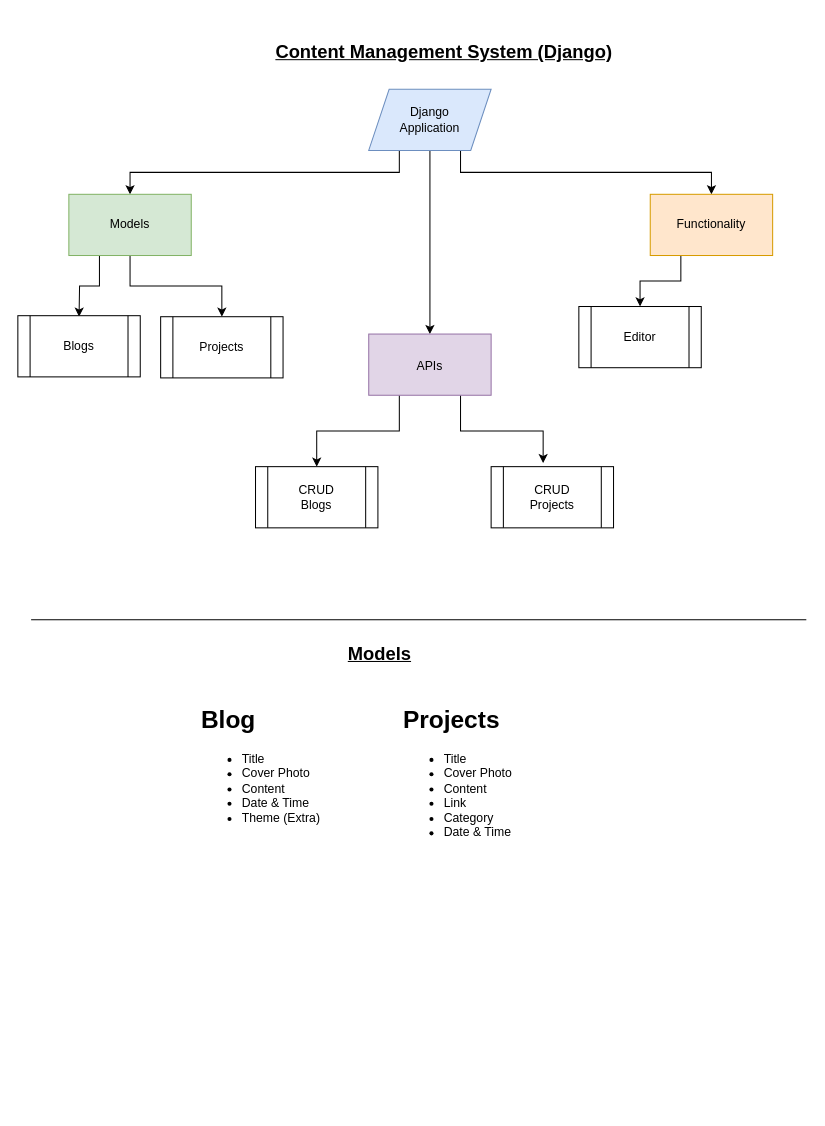
Above: Untitled Diagram.drawio in Sukhvsin2/CMS-Layout (draw.io), before the change. Source tidied: cells renumbered, new cells numbered last; positions are measured from the earlier drawing's top-left corner, leaving out a move shared by most shapes. Both pictures are drawn from the tidied source at 102%, with x=0, y=0 at pixel (17, 17).
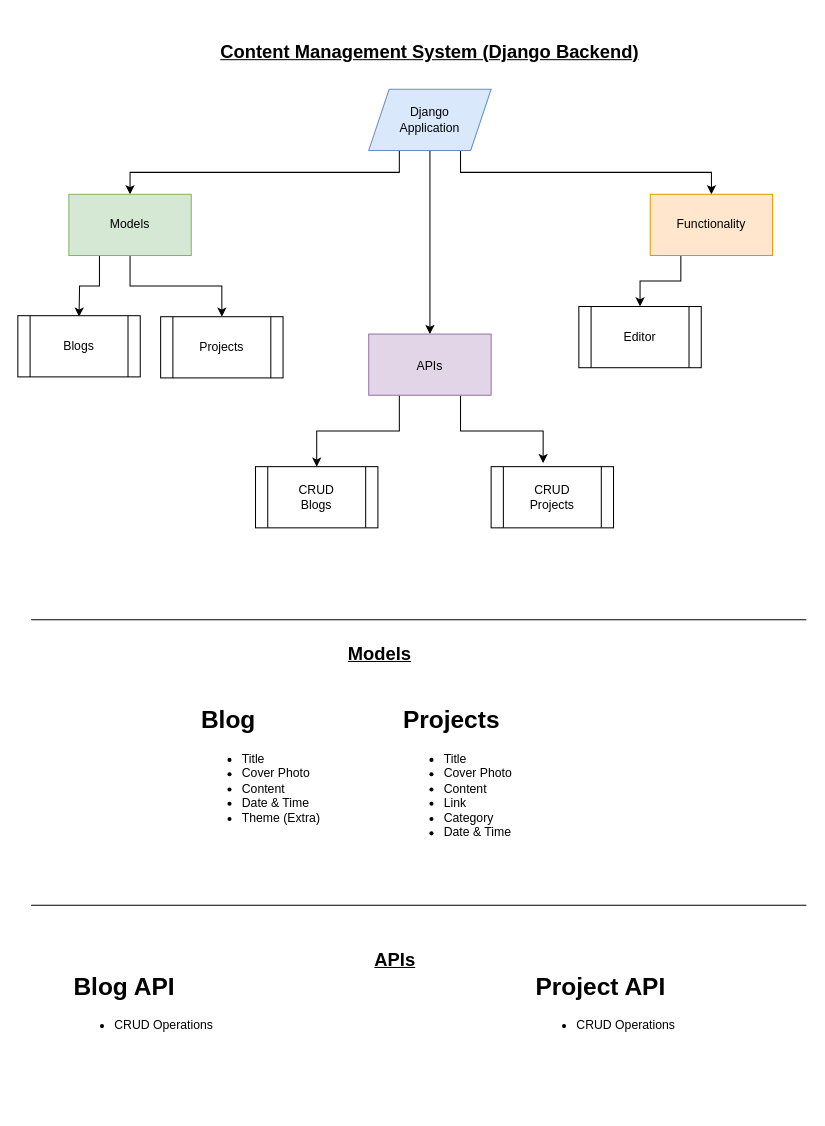
The same diagram, later.

Commit message:
API layout done

Diff of the diagram source:
```diff
@@
-    <mxCell id="14" value="&lt;p style=&quot;line-height: 100%;&quot;&gt;&lt;font size=&quot;1&quot; style=&quot;&quot;&gt;&lt;b style=&quot;&quot;&gt;&lt;u style=&quot;font-size: 18px;&quot;&gt;Content Management System (Django)&lt;/u&gt;&lt;/b&gt;&lt;/font&gt;&lt;/p&gt;" style="text;html=1;strokeColor=none;fillColor=none;align=center;verticalAlign=middle;whiteSpace=wrap;rounded=0;" parent="1" vertex="1">
-      <mxGeometry x="223" width="390" height="70" as="geometry" />
+    <mxCell id="14" value="&lt;p style=&quot;line-height: 100%;&quot;&gt;&lt;font size=&quot;1&quot; style=&quot;&quot;&gt;&lt;b style=&quot;&quot;&gt;&lt;u style=&quot;font-size: 18px;&quot;&gt;Content Management System (Django Backend)&lt;/u&gt;&lt;/b&gt;&lt;/font&gt;&lt;/p&gt;" style="text;html=1;strokeColor=none;fillColor=none;align=center;verticalAlign=middle;whiteSpace=wrap;rounded=0;" parent="1" vertex="1">
+      <mxGeometry x="169" width="470" height="70" as="geometry" />
     </mxCell>
@@
+    <mxCell id="24" style="endArrow=none;html=1;rounded=0;fontSize=12;" parent="1" edge="1">
+      <mxGeometry relative="1" as="geometry">
+        <mxPoint x="13" y="870" as="sourcePoint" />
+        <mxPoint x="773" y="870" as="targetPoint" />
+      </mxGeometry>
+    </mxCell>
+    <mxCell id="25" value="&lt;p style=&quot;line-height: 100%;&quot;&gt;&lt;font size=&quot;1&quot; style=&quot;&quot;&gt;&lt;b style=&quot;&quot;&gt;&lt;u style=&quot;font-size: 18px;&quot;&gt;APIs&lt;/u&gt;&lt;/b&gt;&lt;/font&gt;&lt;/p&gt;" style="text;html=1;strokeColor=none;fillColor=none;align=center;verticalAlign=middle;whiteSpace=wrap;rounded=0;" parent="1" vertex="1">
+      <mxGeometry x="175" y="890" width="390" height="70" as="geometry" />
+    </mxCell>
+    <mxCell id="26" value="&lt;h1&gt;Blog API&lt;/h1&gt;&lt;p&gt;&lt;/p&gt;&lt;ul&gt;&lt;li&gt;CRUD Operations&lt;/li&gt;&lt;/ul&gt;&lt;p&gt;&lt;/p&gt;" style="text;html=1;strokeColor=none;fillColor=none;spacing=5;spacingTop=-20;whiteSpace=wrap;overflow=hidden;rounded=0;fontSize=12;" parent="1" vertex="1">
+      <mxGeometry x="50" y="930" width="199" height="140" as="geometry" />
+    </mxCell>
+    <mxCell id="27" value="&lt;h1&gt;Project API&lt;/h1&gt;&lt;p&gt;&lt;/p&gt;&lt;ul&gt;&lt;li&gt;CRUD Operations&lt;/li&gt;&lt;/ul&gt;&lt;p&gt;&lt;/p&gt;" style="text;html=1;strokeColor=none;fillColor=none;spacing=5;spacingTop=-20;whiteSpace=wrap;overflow=hidden;rounded=0;fontSize=12;" parent="1" vertex="1">
+      <mxGeometry x="503" y="930" width="199" height="140" as="geometry" />
+    </mxCell>
```
